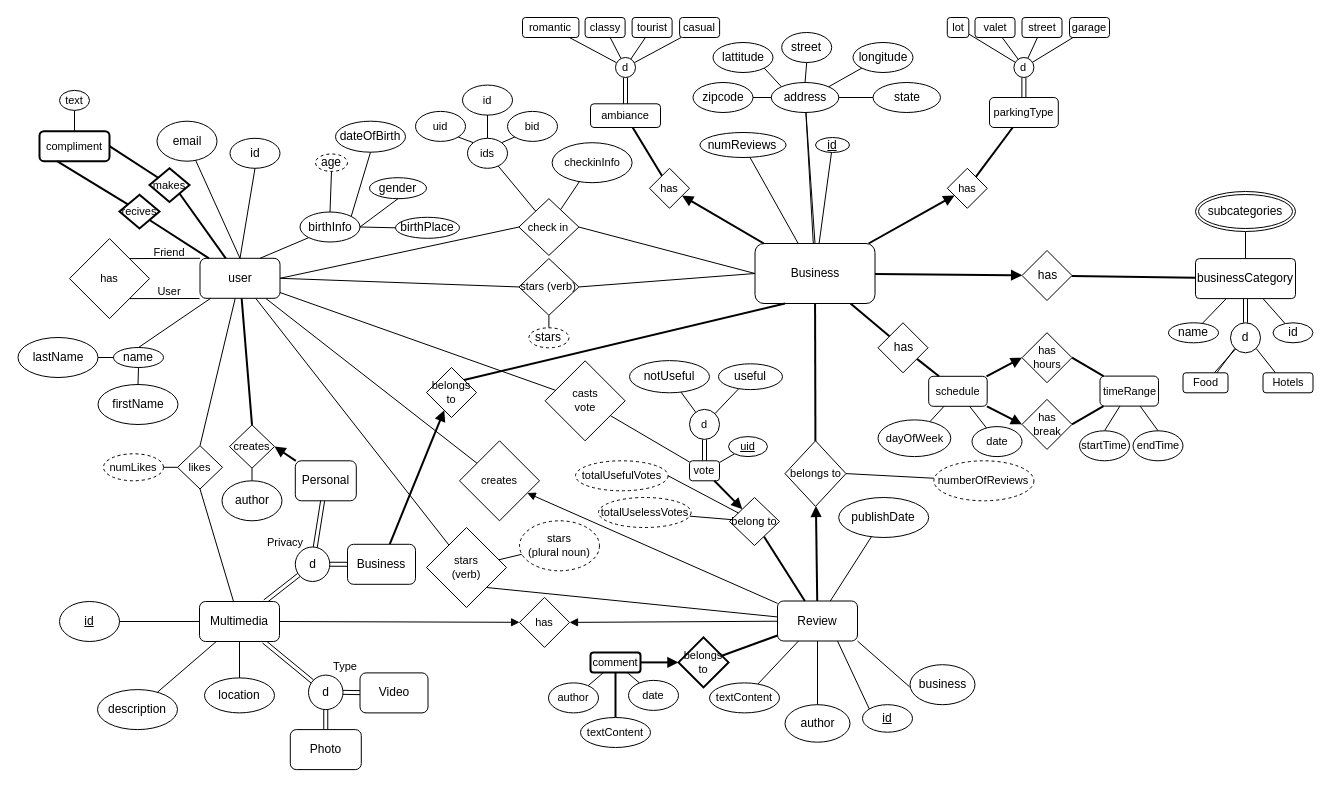
The draw.io diagram ERdiagram.drawio in Luceium/CS157A, before the edit. Source tidied: cells renumbered, new cells numbered last; positions are measured from the earlier drawing's top-left corner, leaving out a move shared by most shapes. Both pictures are drawn from the tidied source at 100%, with x=0, y=0 at pixel (17, 17).
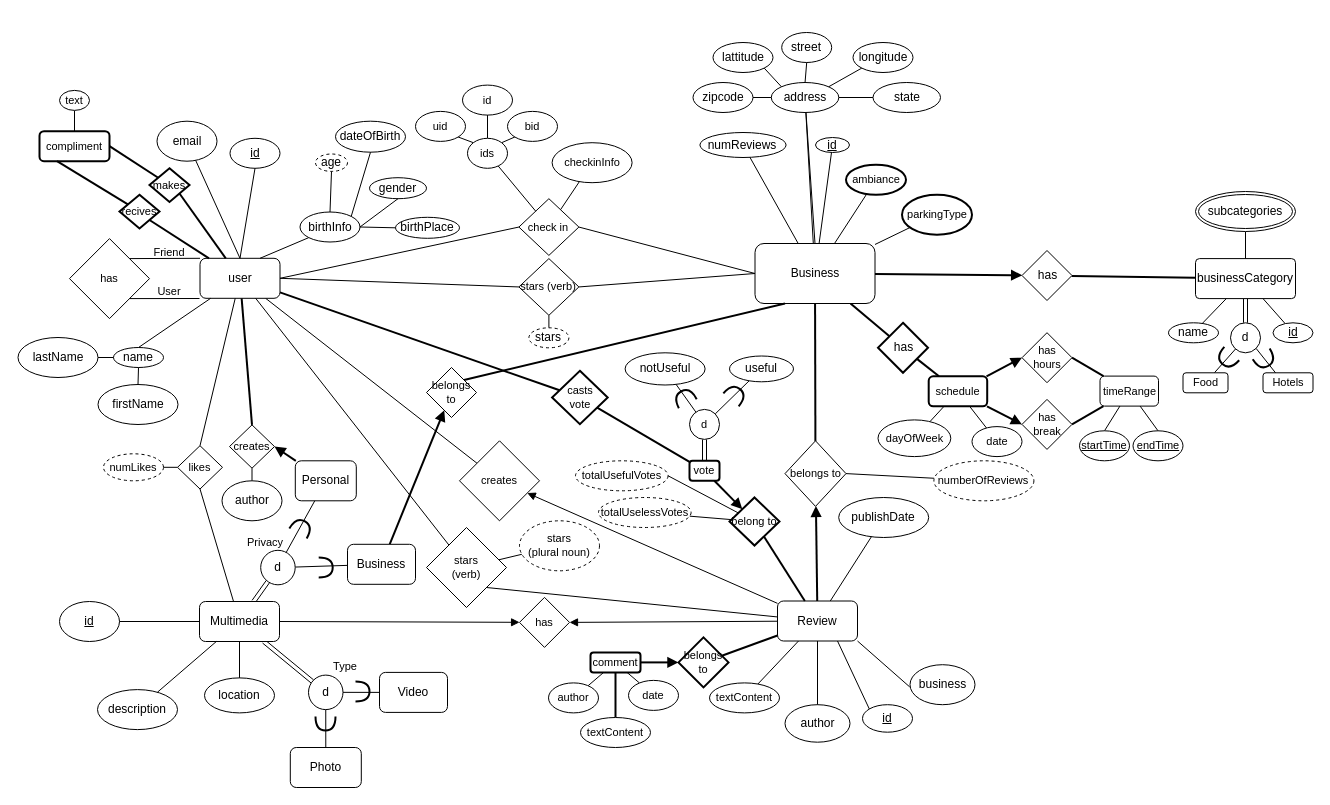
The same diagram, later.

The change refers to these unchanged cells:
```xml
<mxCell id="7" value="user" style="rounded=1;whiteSpace=wrap;html=1;" parent="1" vertex="1">
  <mxGeometry x="182.5" y="240.8" width="80" height="40" as="geometry" />
</mxCell>
<mxCell id="26" value="Business" style="rounded=1;whiteSpace=wrap;html=1;" parent="1" vertex="1">
  <mxGeometry x="330" y="526.8" width="68" height="40" as="geometry" />
</mxCell>
<mxCell id="27" value="Personal" style="rounded=1;whiteSpace=wrap;html=1;" parent="1" vertex="1">
  <mxGeometry x="277.8" y="443.3" width="61" height="40" as="geometry" />
</mxCell>
<mxCell id="44" value="Business" style="rounded=1;whiteSpace=wrap;html=1;" parent="1" vertex="1">
  <mxGeometry x="737.5" y="226" width="120" height="60" as="geometry" />
</mxCell>
<mxCell id="90" value="d" style="ellipse;whiteSpace=wrap;html=1;rounded=1;arcSize=10;" parent="1" vertex="1">
  <mxGeometry x="1213" y="305.3" width="30" height="30" as="geometry" />
</mxCell>
<mxCell id="92" value="Food" style="rounded=1;whiteSpace=wrap;html=1;fontFamily=Helvetica;fontSize=11;fontColor=default;" parent="1" vertex="1">
  <mxGeometry x="1165.5" y="355.3" width="45" height="20" as="geometry" />
</mxCell>
<mxCell id="98" value="d" style="ellipse;whiteSpace=wrap;html=1;" parent="1" vertex="1">
  <mxGeometry x="291" y="657.6" width="34.5" height="34.5" as="geometry" />
</mxCell>
```

The edit, as a diff of the source:
```diff
@@
-    <mxCell id="2" value="id" style="ellipse;whiteSpace=wrap;html=1;" parent="1" vertex="1">
+    <mxCell id="2" value="&lt;u&gt;id&lt;/u&gt;" style="ellipse;whiteSpace=wrap;html=1;" parent="1" vertex="1">
       <mxGeometry x="212.5" y="120.8" width="50" height="30" as="geometry" />
     </mxCell>
@@
-    <mxCell id="23" style="edgeStyle=none;shape=link;rounded=0;jettySize=auto;html=1;" parent="1" edge="1" source="24" target="26">
+    <mxCell id="23" style="edgeStyle=none;rounded=0;jettySize=auto;html=1;endArrow=none;endFill=0;" parent="1" edge="1" source="24" target="26">
       <mxGeometry relative="1" as="geometry" />
     </mxCell>
     <mxCell id="24" value="d" style="ellipse;whiteSpace=wrap;html=1;" parent="1" vertex="1">
-      <mxGeometry x="277.8" y="529.5" width="34.5" height="34.5" as="geometry" />
+      <mxGeometry x="243.2" y="532.8" width="34.5" height="34.5" as="geometry" />
     </mxCell>
@@
-    <mxCell id="29" style="edgeStyle=none;shape=link;rounded=0;jettySize=auto;html=1;" parent="1" edge="1" source="24" target="27">
+    <mxCell id="29" style="edgeStyle=none;rounded=0;jettySize=auto;html=1;startArrow=none;endArrow=none;endFill=0;" parent="1" edge="1" source="24" target="27">
       <mxGeometry relative="1" as="geometry" />
     </mxCell>
@@
+    <mxCell id="230" style="edgeStyle=none;shape=connector;rounded=1;html=1;labelBackgroundColor=default;strokeColor=default;fontFamily=Helvetica;fontSize=11;fontColor=default;startArrow=none;startFill=0;endArrow=none;endFill=0;" parent="1" edge="1" source="44" target="175">
+      <mxGeometry relative="1" as="geometry" />
+    </mxCell>
@@
     <mxCell id="45" value="notUseful" style="ellipse;whiteSpace=wrap;html=1;" parent="1" vertex="1">
-      <mxGeometry x="612" y="343.1" width="80" height="32.2" as="geometry" />
+      <mxGeometry x="607.6" y="335.3" width="80" height="32.2" as="geometry" />
     </mxCell>
     <mxCell id="46" value="useful" style="ellipse;whiteSpace=wrap;html=1;" parent="1" vertex="1">
-      <mxGeometry x="701" y="346.3" width="64" height="25.8" as="geometry" />
+      <mxGeometry x="712" y="338.5" width="64" height="25.8" as="geometry" />
     </mxCell>
@@
-    <mxCell id="89" value="id" style="ellipse;whiteSpace=wrap;html=1;align=center;" parent="1" vertex="1">
+    <mxCell id="89" value="&lt;u&gt;id&lt;/u&gt;" style="ellipse;whiteSpace=wrap;html=1;align=center;" parent="1" vertex="1">
       <mxGeometry x="1255.5" y="305.3" width="40" height="20" as="geometry" />
     </mxCell>
@@
-    <mxCell id="94" style="endArrow=none;html=1;rounded=1;labelBackgroundColor=default;strokeColor=default;fontFamily=Helvetica;fontSize=11;fontColor=default;shape=connector;exitX=0;exitY=1;exitDx=0;exitDy=0;entryX=0.75;entryY=0;entryDx=0;entryDy=0;" parent="1" edge="1" source="90" target="92">
-      <mxGeometry relative="1" as="geometry" />
-    </mxCell>
@@
-    <mxCell id="96" style="edgeStyle=none;shape=link;rounded=1;html=1;labelBackgroundColor=default;strokeColor=default;fontFamily=Helvetica;fontSize=11;fontColor=default;startArrow=none;startFill=0;endArrow=none;endFill=0;" parent="1" edge="1" source="98" target="99">
+    <mxCell id="96" style="edgeStyle=none;rounded=1;html=1;labelBackgroundColor=default;strokeColor=default;fontFamily=Helvetica;fontSize=11;fontColor=default;startArrow=none;startFill=0;endArrow=none;endFill=0;" parent="1" edge="1" source="98" target="99">
       <mxGeometry relative="1" as="geometry" />
     </mxCell>
-    <mxCell id="97" style="edgeStyle=none;shape=link;rounded=1;html=1;labelBackgroundColor=default;strokeColor=default;fontFamily=Helvetica;fontSize=11;fontColor=default;startArrow=none;startFill=0;endArrow=none;endFill=0;" parent="1" edge="1" source="98" target="100">
+    <mxCell id="97" style="edgeStyle=none;rounded=1;html=1;labelBackgroundColor=default;strokeColor=default;fontFamily=Helvetica;fontSize=11;fontColor=default;startArrow=none;startFill=0;endArrow=none;endFill=0;" parent="1" edge="1" source="98" target="100">
       <mxGeometry relative="1" as="geometry" />
     </mxCell>
@@
     <mxCell id="99" value="Photo" style="rounded=1;whiteSpace=wrap;html=1;" parent="1" vertex="1">
-      <mxGeometry x="272.8" y="712.1" width="71" height="40" as="geometry" />
+      <mxGeometry x="272.8" y="730" width="71" height="40" as="geometry" />
     </mxCell>
     <mxCell id="100" value="Video" style="rounded=1;whiteSpace=wrap;html=1;" parent="1" vertex="1">
-      <mxGeometry x="342.5" y="655.4" width="68" height="40" as="geometry" />
+      <mxGeometry x="362" y="654.9" width="68" height="40" as="geometry" />
     </mxCell>
     <mxCell id="101" value="Privacy" style="text;html=1;strokeColor=none;fillColor=none;align=center;verticalAlign=middle;whiteSpace=wrap;rounded=0;fontFamily=Helvetica;fontSize=11;fontColor=default;" parent="1" vertex="1">
-      <mxGeometry x="238" y="510" width="60" height="30" as="geometry" />
+      <mxGeometry x="217.8" y="510" width="60" height="30" as="geometry" />
     </mxCell>
@@
-    <mxCell id="129" value="schedule" style="rounded=1;whiteSpace=wrap;html=1;fontFamily=Helvetica;fontSize=11;fontColor=default;" parent="1" vertex="1">
+    <mxCell id="129" value="schedule" style="rounded=1;whiteSpace=wrap;html=1;fontFamily=Helvetica;fontSize=11;fontColor=default;strokeWidth=2;" parent="1" vertex="1">
       <mxGeometry x="911.2" y="358.8" width="58.5" height="30" as="geometry" />
     </mxCell>
@@
-    <mxCell id="140" value="has" style="shape=rhombus;html=1;dashed=0;whitespace=wrap;perimeter=rhombusPerimeter;" parent="1" vertex="1">
+    <mxCell id="140" value="has" style="shape=rhombus;html=1;dashed=0;whitespace=wrap;perimeter=rhombusPerimeter;strokeWidth=2;" parent="1" vertex="1">
       <mxGeometry x="860.5" y="305.3" width="50" height="50" as="geometry" />
     </mxCell>
@@
-    <mxCell id="153" style="edgeStyle=none;shape=connector;rounded=1;html=1;labelBackgroundColor=default;strokeColor=default;fontFamily=Helvetica;fontSize=11;fontColor=default;startArrow=none;startFill=0;endArrow=none;endFill=0;" parent="1" edge="1" source="155" target="7">
+    <mxCell id="153" style="edgeStyle=none;shape=connector;rounded=1;html=1;labelBackgroundColor=default;strokeColor=default;fontFamily=Helvetica;fontSize=11;fontColor=default;startArrow=none;startFill=0;endArrow=none;endFill=0;strokeWidth=2;" parent="1" edge="1" source="155" target="7">
       <mxGeometry relative="1" as="geometry" />
     </mxCell>
-    <mxCell id="154" style="edgeStyle=none;shape=connector;rounded=1;html=1;labelBackgroundColor=default;strokeColor=default;fontFamily=Helvetica;fontSize=11;fontColor=default;startArrow=none;startFill=0;endArrow=none;endFill=0;" parent="1" edge="1" source="155" target="156">
+    <mxCell id="154" style="edgeStyle=none;shape=connector;rounded=1;html=1;labelBackgroundColor=default;strokeColor=default;fontFamily=Helvetica;fontSize=11;fontColor=default;startArrow=none;startFill=0;endArrow=none;endFill=0;strokeWidth=2;" parent="1" edge="1" source="155" target="156">
       <mxGeometry relative="1" as="geometry" />
     </mxCell>
-    <mxCell id="155" value="casts&lt;br&gt;vote" style="rhombus;whiteSpace=wrap;html=1;fontFamily=Helvetica;fontSize=11;fontColor=default;" parent="1" vertex="1">
-      <mxGeometry x="527.6" y="343.3" width="80" height="80" as="geometry" />
+    <mxCell id="155" value="casts&lt;br&gt;vote" style="rhombus;whiteSpace=wrap;html=1;fontFamily=Helvetica;fontSize=11;fontColor=default;strokeWidth=2;" parent="1" vertex="1">
+      <mxGeometry x="534.6" y="353.3" width="55.6" height="53.3" as="geometry" />
     </mxCell>
-    <mxCell id="156" value="vote" style="rounded=1;whiteSpace=wrap;html=1;fontFamily=Helvetica;fontSize=11;fontColor=default;" parent="1" vertex="1">
+    <mxCell id="156" value="vote" style="rounded=1;whiteSpace=wrap;html=1;fontFamily=Helvetica;fontSize=11;fontColor=default;strokeWidth=2;" parent="1" vertex="1">
       <mxGeometry x="672" y="443.3" width="30" height="20" as="geometry" />
     </mxCell>
@@
-    <mxCell id="161" value="belong to" style="rhombus;whiteSpace=wrap;html=1;fontFamily=Helvetica;fontSize=11;fontColor=default;" parent="1" vertex="1">
+    <mxCell id="161" value="belong to" style="rhombus;whiteSpace=wrap;html=1;fontFamily=Helvetica;fontSize=11;fontColor=default;strokeWidth=2;" parent="1" vertex="1">
       <mxGeometry x="712" y="480" width="50" height="48" as="geometry" />
     </mxCell>
-    <mxCell id="162" style="edgeStyle=none;shape=connector;rounded=1;html=1;labelBackgroundColor=default;strokeColor=default;fontFamily=Helvetica;fontSize=11;fontColor=default;startArrow=none;startFill=0;endArrow=none;endFill=0;" parent="1" edge="1" source="163" target="156">
-      <mxGeometry relative="1" as="geometry" />
-    </mxCell>
-    <mxCell id="163" value="&lt;u&gt;uid&lt;/u&gt;" style="ellipse;whiteSpace=wrap;html=1;fontFamily=Helvetica;fontSize=11;fontColor=default;" parent="1" vertex="1">
-      <mxGeometry x="711" y="419.1" width="39" height="20" as="geometry" />
-    </mxCell>
@@
-    <mxCell id="169" style="edgeStyle=none;shape=connector;rounded=1;html=1;labelBackgroundColor=default;strokeColor=default;fontFamily=Helvetica;fontSize=11;fontColor=default;startArrow=block;startFill=1;endArrow=none;endFill=0;strokeWidth=2;" parent="1" edge="1" source="170" target="44">
-      <mxGeometry relative="1" as="geometry" />
-    </mxCell>
-    <mxCell id="170" value="has" style="rhombus;whiteSpace=wrap;html=1;fontFamily=Helvetica;fontSize=11;fontColor=default;" parent="1" vertex="1">
-      <mxGeometry x="929.8" y="150.8" width="40" height="40" as="geometry" />
-    </mxCell>
-    <mxCell id="171" style="edgeStyle=none;shape=connector;rounded=1;html=1;labelBackgroundColor=default;strokeColor=default;fontFamily=Helvetica;fontSize=11;fontColor=default;startArrow=none;startFill=0;endArrow=none;endFill=0;strokeWidth=2;" parent="1" edge="1" source="172" target="177">
-      <mxGeometry relative="1" as="geometry" />
-    </mxCell>
-    <mxCell id="172" value="ambiance" style="rounded=1;whiteSpace=wrap;html=1;fontFamily=Helvetica;fontSize=11;fontColor=default;" parent="1" vertex="1">
-      <mxGeometry x="573" y="86.3" width="70" height="23.7" as="geometry" />
-    </mxCell>
@@
-    <mxCell id="174" style="edgeStyle=none;shape=connector;rounded=1;html=1;labelBackgroundColor=default;strokeColor=default;fontFamily=Helvetica;fontSize=11;fontColor=default;startArrow=none;startFill=0;endArrow=none;endFill=0;strokeWidth=2;" parent="1" edge="1" source="175" target="170">
-      <mxGeometry relative="1" as="geometry" />
-    </mxCell>
-    <mxCell id="175" value="parkingType" style="rounded=1;whiteSpace=wrap;html=1;fontFamily=Helvetica;fontSize=11;fontColor=default;" parent="1" vertex="1">
-      <mxGeometry x="972" y="80" width="68.8" height="30" as="geometry" />
-    </mxCell>
-    <mxCell id="176" style="edgeStyle=none;shape=connector;rounded=1;html=1;labelBackgroundColor=default;strokeColor=default;fontFamily=Helvetica;fontSize=11;fontColor=default;startArrow=block;startFill=1;endArrow=none;endFill=0;strokeWidth=2;" parent="1" edge="1" source="177" target="44">
-      <mxGeometry relative="1" as="geometry" />
-    </mxCell>
-    <mxCell id="177" value="has" style="rhombus;whiteSpace=wrap;html=1;fontFamily=Helvetica;fontSize=11;fontColor=default;" parent="1" vertex="1">
-      <mxGeometry x="632" y="150.8" width="40" height="40" as="geometry" />
-    </mxCell>
-    <mxCell id="178" value="valet" style="rounded=1;whiteSpace=wrap;html=1;fontFamily=Helvetica;fontSize=11;fontColor=default;" parent="1" vertex="1">
-      <mxGeometry x="957.5" width="40" height="20" as="geometry" />
-    </mxCell>
-    <mxCell id="179" value="street" style="rounded=1;whiteSpace=wrap;html=1;fontFamily=Helvetica;fontSize=11;fontColor=default;" parent="1" vertex="1">
-      <mxGeometry x="1004.5" width="40" height="20" as="geometry" />
-    </mxCell>
-    <mxCell id="180" value="garage" style="rounded=1;whiteSpace=wrap;html=1;fontFamily=Helvetica;fontSize=11;fontColor=default;" parent="1" vertex="1">
-      <mxGeometry x="1052" width="40" height="20" as="geometry" />
-    </mxCell>
-    <mxCell id="181" value="lot" style="rounded=1;whiteSpace=wrap;html=1;fontFamily=Helvetica;fontSize=11;fontColor=default;" parent="1" vertex="1">
-      <mxGeometry x="929.8" width="21.5" height="20" as="geometry" />
-    </mxCell>
-    <mxCell id="182" style="edgeStyle=none;shape=connector;rounded=1;html=1;labelBackgroundColor=default;strokeColor=default;fontFamily=Helvetica;fontSize=11;fontColor=default;startArrow=none;startFill=0;endArrow=none;endFill=0;" parent="1" edge="1" source="187" target="181">
-      <mxGeometry relative="1" as="geometry" />
-    </mxCell>
-    <mxCell id="183" style="edgeStyle=none;shape=connector;rounded=1;html=1;labelBackgroundColor=default;strokeColor=default;fontFamily=Helvetica;fontSize=11;fontColor=default;startArrow=none;startFill=0;endArrow=none;endFill=0;" parent="1" edge="1" source="187" target="178">
-      <mxGeometry relative="1" as="geometry" />
-    </mxCell>
-    <mxCell id="184" style="edgeStyle=none;shape=connector;rounded=1;html=1;labelBackgroundColor=default;strokeColor=default;fontFamily=Helvetica;fontSize=11;fontColor=default;startArrow=none;startFill=0;endArrow=none;endFill=0;" parent="1" edge="1" source="187" target="179">
-      <mxGeometry relative="1" as="geometry" />
-    </mxCell>
-    <mxCell id="185" style="edgeStyle=none;shape=connector;rounded=1;html=1;labelBackgroundColor=default;strokeColor=default;fontFamily=Helvetica;fontSize=11;fontColor=default;startArrow=none;startFill=0;endArrow=none;endFill=0;" parent="1" edge="1" source="187" target="180">
-      <mxGeometry relative="1" as="geometry" />
-    </mxCell>
-    <mxCell id="186" style="edgeStyle=none;shape=link;rounded=1;html=1;exitX=0.5;exitY=1;exitDx=0;exitDy=0;entryX=0.5;entryY=0;entryDx=0;entryDy=0;labelBackgroundColor=default;strokeColor=default;fontFamily=Helvetica;fontSize=11;fontColor=default;startArrow=none;startFill=0;endArrow=none;endFill=0;" parent="1" edge="1" source="187" target="175">
-      <mxGeometry relative="1" as="geometry" />
-    </mxCell>
-    <mxCell id="187" value="d" style="ellipse;whiteSpace=wrap;html=1;fontFamily=Helvetica;fontSize=11;fontColor=default;" parent="1" vertex="1">
-      <mxGeometry x="996.4" y="40" width="20" height="20" as="geometry" />
-    </mxCell>
-    <mxCell id="188" value="classy" style="rounded=1;whiteSpace=wrap;html=1;fontFamily=Helvetica;fontSize=11;fontColor=default;" parent="1" vertex="1">
-      <mxGeometry x="567.6" width="40" height="20" as="geometry" />
-    </mxCell>
-    <mxCell id="189" value="tourist" style="rounded=1;whiteSpace=wrap;html=1;fontFamily=Helvetica;fontSize=11;fontColor=default;" parent="1" vertex="1">
-      <mxGeometry x="614.6" width="40" height="20" as="geometry" />
-    </mxCell>
-    <mxCell id="190" value="casual" style="rounded=1;whiteSpace=wrap;html=1;fontFamily=Helvetica;fontSize=11;fontColor=default;" parent="1" vertex="1">
-      <mxGeometry x="662.1" width="40" height="20" as="geometry" />
-    </mxCell>
-    <mxCell id="191" value="romantic" style="rounded=1;whiteSpace=wrap;html=1;fontFamily=Helvetica;fontSize=11;fontColor=default;" parent="1" vertex="1">
-      <mxGeometry x="505" width="56.4" height="20" as="geometry" />
-    </mxCell>
-    <mxCell id="192" style="edgeStyle=none;shape=connector;rounded=1;html=1;labelBackgroundColor=default;strokeColor=default;fontFamily=Helvetica;fontSize=11;fontColor=default;startArrow=none;startFill=0;endArrow=none;endFill=0;" parent="1" edge="1" source="197" target="191">
-      <mxGeometry relative="1" as="geometry" />
-    </mxCell>
-    <mxCell id="193" style="edgeStyle=none;shape=connector;rounded=1;html=1;labelBackgroundColor=default;strokeColor=default;fontFamily=Helvetica;fontSize=11;fontColor=default;startArrow=none;startFill=0;endArrow=none;endFill=0;" parent="1" edge="1" source="197" target="188">
-      <mxGeometry relative="1" as="geometry" />
-    </mxCell>
-    <mxCell id="194" style="edgeStyle=none;shape=connector;rounded=1;html=1;labelBackgroundColor=default;strokeColor=default;fontFamily=Helvetica;fontSize=11;fontColor=default;startArrow=none;startFill=0;endArrow=none;endFill=0;" parent="1" edge="1" source="197" target="189">
-      <mxGeometry relative="1" as="geometry" />
-    </mxCell>
-    <mxCell id="195" style="edgeStyle=none;shape=connector;rounded=1;html=1;labelBackgroundColor=default;strokeColor=default;fontFamily=Helvetica;fontSize=11;fontColor=default;startArrow=none;startFill=0;endArrow=none;endFill=0;" parent="1" edge="1" source="197" target="190">
-      <mxGeometry relative="1" as="geometry" />
-    </mxCell>
-    <mxCell id="196" style="edgeStyle=none;shape=link;rounded=1;html=1;labelBackgroundColor=default;strokeColor=default;fontFamily=Helvetica;fontSize=11;fontColor=default;startArrow=none;startFill=0;endArrow=none;endFill=0;" parent="1" edge="1" source="197" target="172">
-      <mxGeometry relative="1" as="geometry" />
-    </mxCell>
-    <mxCell id="197" value="d" style="ellipse;whiteSpace=wrap;html=1;fontFamily=Helvetica;fontSize=11;fontColor=default;" parent="1" vertex="1">
-      <mxGeometry x="598" y="40" width="20" height="20" as="geometry" />
-    </mxCell>
@@
-    <mxCell id="221" value="startTime" style="ellipse;whiteSpace=wrap;html=1;fontFamily=Helvetica;fontSize=11;fontColor=default;" parent="1" vertex="1">
+    <mxCell id="221" value="&lt;u&gt;startTime&lt;/u&gt;" style="ellipse;whiteSpace=wrap;html=1;fontFamily=Helvetica;fontSize=11;fontColor=default;" parent="1" vertex="1">
       <mxGeometry x="1062" y="413.3" width="50" height="30" as="geometry" />
     </mxCell>
@@
-    <mxCell id="223" value="endTime" style="ellipse;whiteSpace=wrap;html=1;fontFamily=Helvetica;fontSize=11;fontColor=default;" parent="1" vertex="1">
+    <mxCell id="223" value="&lt;u&gt;endTime&lt;/u&gt;" style="ellipse;whiteSpace=wrap;html=1;fontFamily=Helvetica;fontSize=11;fontColor=default;" parent="1" vertex="1">
       <mxGeometry x="1115.5" y="413.3" width="50" height="30" as="geometry" />
     </mxCell>
@@
+    <mxCell id="231" style="shape=requiredInterface;html=1;verticalLabelPosition=bottom;sketch=0;strokeWidth=2;fontFamily=Helvetica;fontSize=11;fontColor=default;rotation=-60;" parent="1" vertex="1">
+      <mxGeometry x="277" y="500" width="14" height="20" as="geometry" />
+    </mxCell>
+    <mxCell id="232" style="shape=requiredInterface;html=1;verticalLabelPosition=bottom;sketch=0;strokeWidth=2;fontFamily=Helvetica;fontSize=11;fontColor=default;rotation=0;" parent="1" vertex="1">
+      <mxGeometry x="301.2" y="540" width="14" height="20" as="geometry" />
+    </mxCell>
+    <mxCell id="233" style="shape=requiredInterface;html=1;verticalLabelPosition=bottom;sketch=0;strokeWidth=2;fontFamily=Helvetica;fontSize=11;fontColor=default;rotation=0;" parent="1" vertex="1">
+      <mxGeometry x="338" y="664" width="14" height="20" as="geometry" />
+    </mxCell>
+    <mxCell id="234" style="shape=requiredInterface;html=1;verticalLabelPosition=bottom;sketch=0;strokeWidth=2;fontFamily=Helvetica;fontSize=11;fontColor=default;rotation=90;" parent="1" vertex="1">
+      <mxGeometry x="301" y="696" width="14" height="20" as="geometry" />
+    </mxCell>
+    <mxCell id="235" style="shape=requiredInterface;html=1;verticalLabelPosition=bottom;sketch=0;strokeWidth=2;fontFamily=Helvetica;fontSize=11;fontColor=default;rotation=-117;" parent="1" vertex="1">
+      <mxGeometry x="660.1" y="370" width="14" height="20" as="geometry" />
+    </mxCell>
+    <mxCell id="236" style="shape=requiredInterface;html=1;verticalLabelPosition=bottom;sketch=0;strokeWidth=2;fontFamily=Helvetica;fontSize=11;fontColor=default;rotation=-50;" parent="1" vertex="1">
+      <mxGeometry x="711" y="367" width="14" height="20" as="geometry" />
+    </mxCell>
+    <mxCell id="237" style="shape=requiredInterface;html=1;verticalLabelPosition=bottom;sketch=0;strokeWidth=2;fontFamily=Helvetica;fontSize=11;fontColor=default;rotation=132;" parent="1" vertex="1">
+      <mxGeometry x="1202.6" y="331.3" width="14" height="20" as="geometry" />
+    </mxCell>
+    <mxCell id="238" style="shape=requiredInterface;html=1;verticalLabelPosition=bottom;sketch=0;strokeWidth=2;fontFamily=Helvetica;fontSize=11;fontColor=default;rotation=58;" parent="1" vertex="1">
+      <mxGeometry x="1240.4" y="332.3" width="14" height="20" as="geometry" />
+    </mxCell>
+    <mxCell id="175" value="parkingType" style="ellipse;whiteSpace=wrap;html=1;strokeWidth=2;fontFamily=Helvetica;fontSize=11;fontColor=default;" parent="1" vertex="1">
+      <mxGeometry x="884.5" y="177.2" width="70" height="40" as="geometry" />
+    </mxCell>
+    <mxCell id="239" style="edgeStyle=none;shape=connector;rounded=1;html=1;labelBackgroundColor=default;strokeColor=default;fontFamily=Helvetica;fontSize=11;fontColor=default;startArrow=none;startFill=0;endArrow=none;endFill=0;" parent="1" edge="1" source="172" target="44">
+      <mxGeometry relative="1" as="geometry" />
+    </mxCell>
+    <mxCell id="172" value="ambiance" style="ellipse;whiteSpace=wrap;html=1;strokeWidth=2;fontFamily=Helvetica;fontSize=11;fontColor=default;" parent="1" vertex="1">
+      <mxGeometry x="828.5" y="147.2" width="60" height="30" as="geometry" />
+    </mxCell>
```
